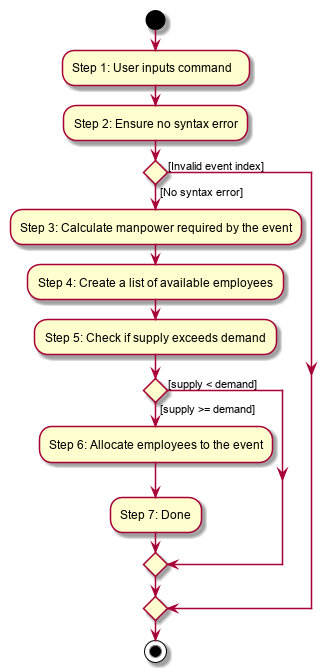
This is docs/images/AutoAllocateFlowChart.png from nus-cs2103-AY1920S1/addressbook-level3, a PlantUML export, as it was before one commit.
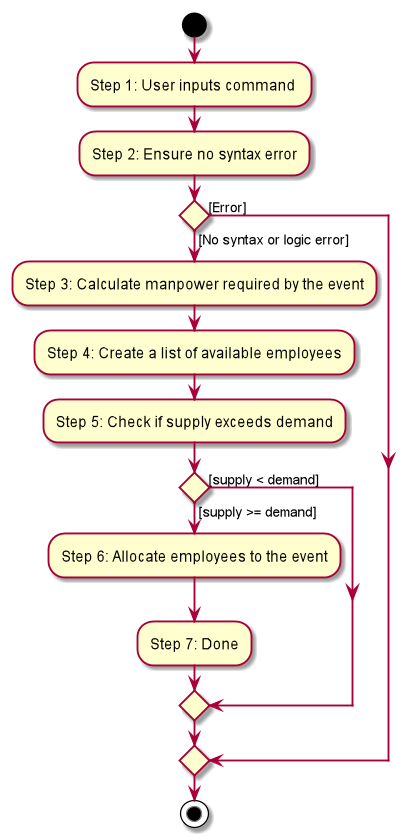
After the change.

The edit, as a diff of the source:
```diff
@@ -2,7 +2,7 @@
 start
 :Step 1: User inputs command ;
 :Step 2: Ensure no syntax error;
-if () then ([No syntax error])
+if () then ([No syntax or logic error])
 :Step 3: Calculate manpower required by the event;
 :Step 4: Create a list of available employees;
 :Step 5: Check if supply exceeds demand;
@@ -11,7 +11,7 @@
 :Step 7: Done;
 else ([supply < demand])
 endif
-else ([Invalid event index])
+else ([Error])
 endif
 stop
 @enduml
```
